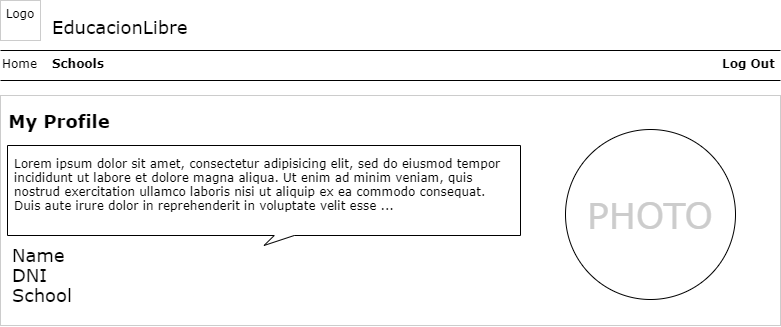
Before: imgs/eng/user_profile_view.png, a diagram exported from draw.io (Warkanlock/ThinkInReact). Source tidied: cells renumbered, new cells last; positions are measured from the earlier drawing's top-left corner, leaving out a move shared by most shapes.
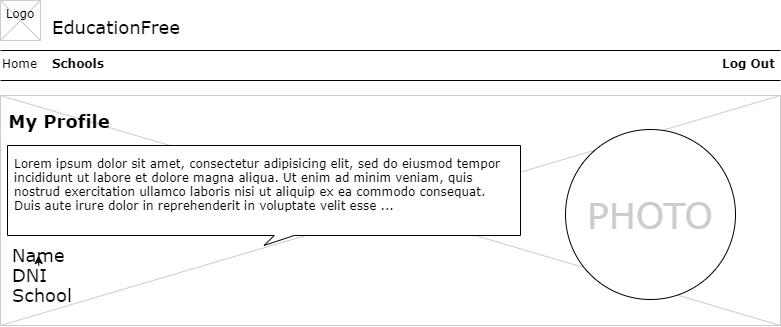
The same diagram one commit later.

Commit message:
User profile

Change to the diagram source:
```diff
@@ -11,7 +11,7 @@
     <mxCell id="4" style="ellipse;whiteSpace=wrap;html=1;labelBackgroundColor=none;fontFamily=Verdana;fontSize=18;align=center;" parent="1" vertex="1">
       <mxGeometry x="565" y="129" width="170" height="170" as="geometry" />
     </mxCell>
-    <mxCell id="5" value="EducacionLibre" style="text;spacingTop=-5;fontSize=18;fontStyle=0;fontFamily=Verdana;" parent="1" vertex="1">
+    <mxCell id="5" value="EducationFree" style="text;spacingTop=-5;fontSize=18;fontStyle=0;fontFamily=Verdana;" parent="1" vertex="1">
       <mxGeometry x="50" y="15" width="230" height="20" as="geometry" />
     </mxCell>
     <mxCell id="6" style="line;strokeWidth=1;fontFamily=Verdana;" parent="1" vertex="1">
@@ -44,14 +44,17 @@
     <mxCell id="15" value="Name" style="text;html=1;strokeColor=none;fillColor=none;align=left;verticalAlign=middle;whiteSpace=wrap;rounded=0;labelBackgroundColor=none;fontFamily=Verdana;fontSize=18;" parent="1" vertex="1">
       <mxGeometry x="10" y="245" width="113" height="20" as="geometry" />
     </mxCell>
-    <mxCell id="16" value="DNI" style="text;html=1;strokeColor=none;fillColor=none;align=left;verticalAlign=middle;whiteSpace=wrap;rounded=0;labelBackgroundColor=none;fontFamily=Verdana;fontSize=18;" parent="1" vertex="1">
-      <mxGeometry x="10" y="265" width="113" height="20" as="geometry" />
+    <mxCell id="16" style="edgeStyle=orthogonalEdgeStyle;rounded=0;jettySize=auto;html=1;exitX=0.25;exitY=0;exitDx=0;exitDy=0;entryX=0.052;entryY=1;entryDx=0;entryDy=0;entryPerimeter=0;" parent="1" edge="1" source="17" target="19">
+      <mxGeometry relative="1" as="geometry" />
     </mxCell>
-    <mxCell id="17" value="School" style="text;html=1;strokeColor=none;fillColor=none;align=left;verticalAlign=middle;whiteSpace=wrap;rounded=0;labelBackgroundColor=none;fontFamily=Verdana;fontSize=18;" parent="1" vertex="1">
-      <mxGeometry x="10" y="285" width="113" height="20" as="geometry" />
+    <mxCell id="17" value="DNI" style="text;html=1;strokeColor=none;fillColor=none;align=left;verticalAlign=middle;whiteSpace=wrap;rounded=0;labelBackgroundColor=none;fontFamily=Verdana;fontSize=18;" parent="1" vertex="1">
+      <mxGeometry x="10" y="265" width="113" height="20" as="geometry" />
     </mxCell>
-    <mxCell id="18" value="Lorem ipsum dolor sit amet, consectetur adipisicing elit, sed do eiusmod tempor incididunt ut labore et dolore magna aliqua. Ut enim ad minim veniam, quis nostrud exercitation ullamco laboris nisi ut aliquip ex ea commodo consequat. Duis aute irure dolor in reprehenderit in voluptate velit esse ..." style="text;spacingTop=-5;whiteSpace=wrap;align=left;fontFamily=Verdana;" parent="1" vertex="1">
-      <mxGeometry x="12" y="155" width="500" height="100" as="geometry" />
+    <mxCell id="18" value="School" style="text;html=1;strokeColor=none;fillColor=none;align=left;verticalAlign=middle;whiteSpace=wrap;rounded=0;labelBackgroundColor=none;fontFamily=Verdana;fontSize=18;" parent="1" vertex="1">
+      <mxGeometry x="10" y="285" width="113" height="20" as="geometry" />
     </mxCell>
+    <mxCell id="19" value="Lorem ipsum dolor sit amet, consectetur adipisicing elit, sed do eiusmod tempor incididunt ut labore et dolore magna aliqua. Ut enim ad minim veniam, quis nostrud exercitation ullamco laboris nisi ut aliquip ex ea commodo consequat. Duis aute irure dolor in reprehenderit in voluptate velit esse ..." style="text;spacingTop=-5;whiteSpace=wrap;align=left;fontFamily=Verdana;" parent="1" vertex="1">
+      <mxGeometry x="12" y="155" width="500" height="100" as="geometry" />
+    </mxCell>
   </root>
 </mxGraphModel>
```
